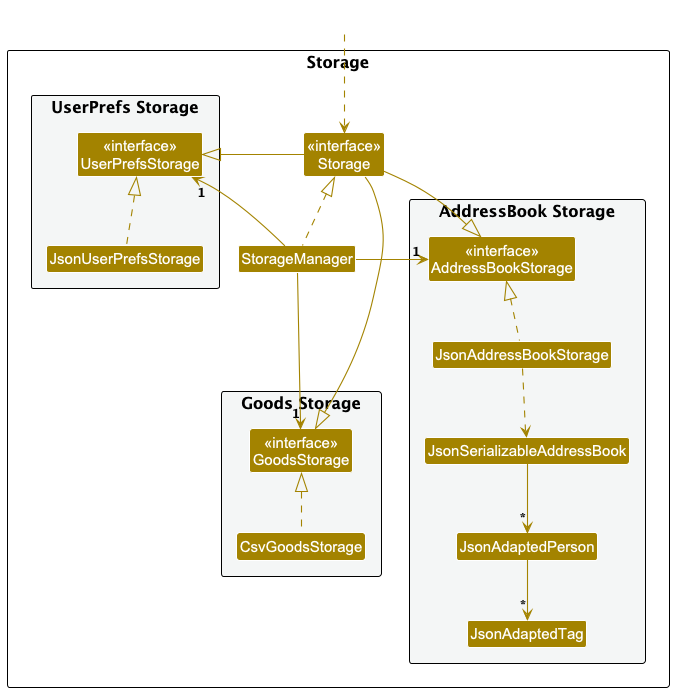
Earlier version of the PlantUML export docs/images/StorageClassDiagram.png (nus-cs2103-AY2425S1/tp).
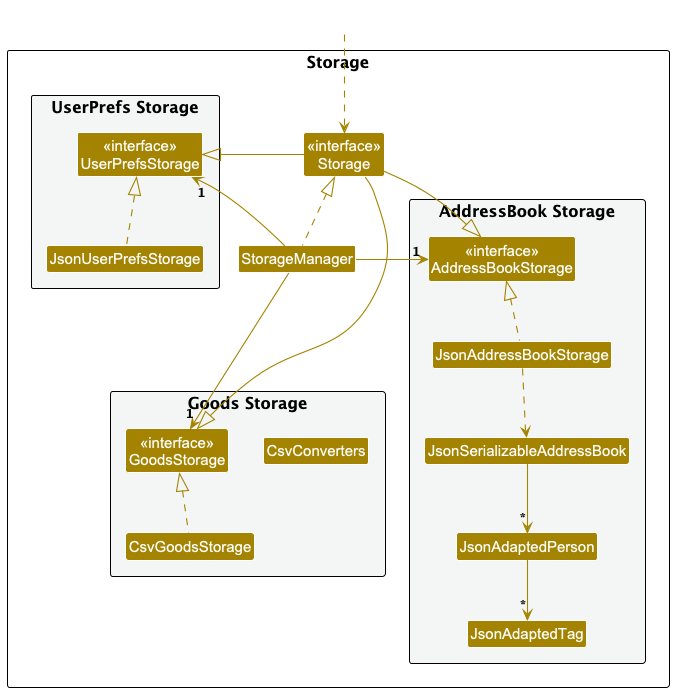
The same file after the commit.

Commit message:
Add CsvConverters class inside StorageClassDiagram

Change to the diagram source:
```diff
@@ -14,6 +14,7 @@
 package "Goods Storage" #F4F6F6{
 Class "<<interface>>\nGoodsStorage" as GoodsStorage
 Class CsvGoodsStorage
+Class CsvConverters
 }
 
 Class "<<interface>>\nStorage" as Storage
```
